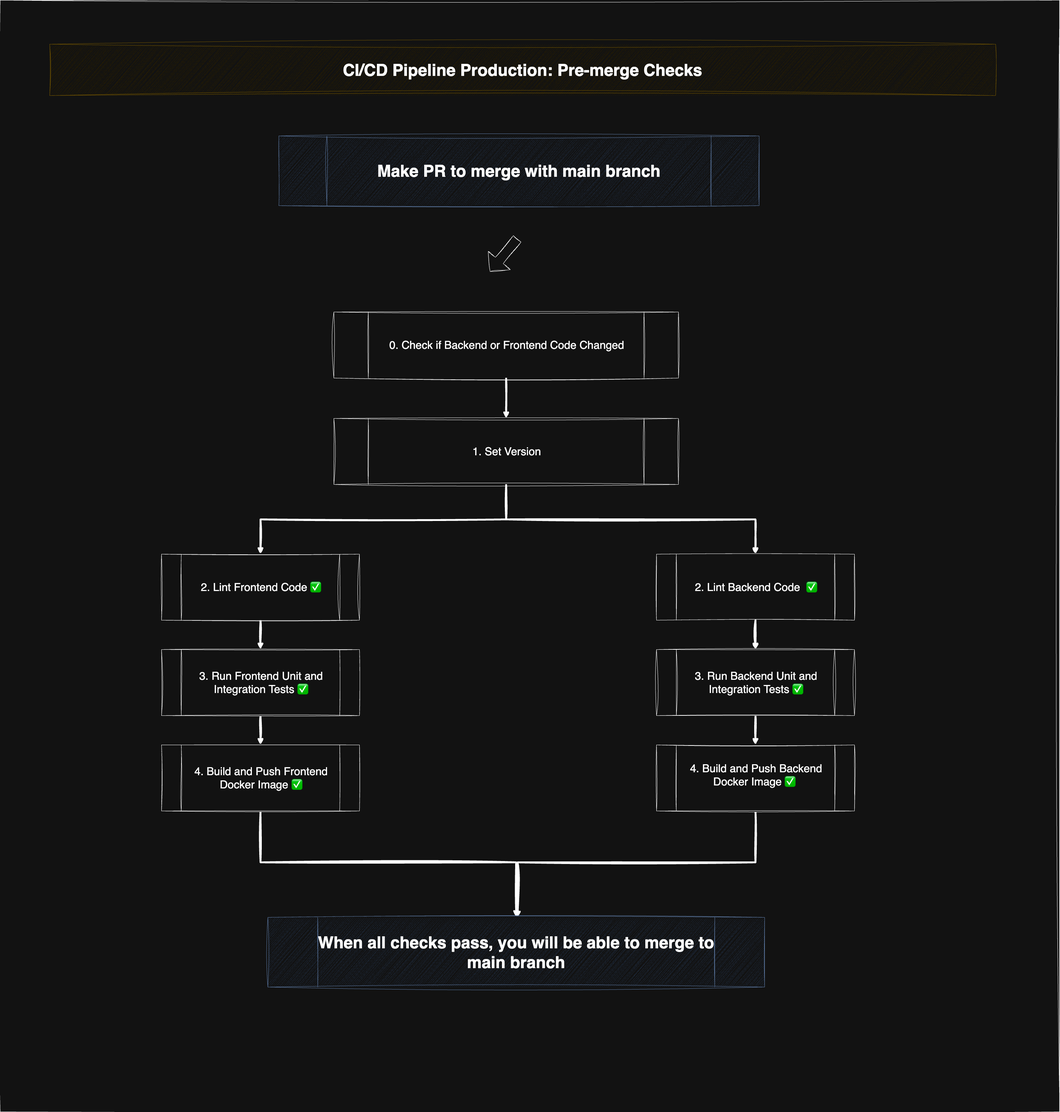
Earlier version of the draw.io export diagrams/images/devops/prod/cicd-premerge-prod-setupv1.png (Eliasdb/eDB). Source tidied: cells renumbered, new cells last; positions are measured from the earlier drawing's top-left corner, leaving out a move shared by most shapes.
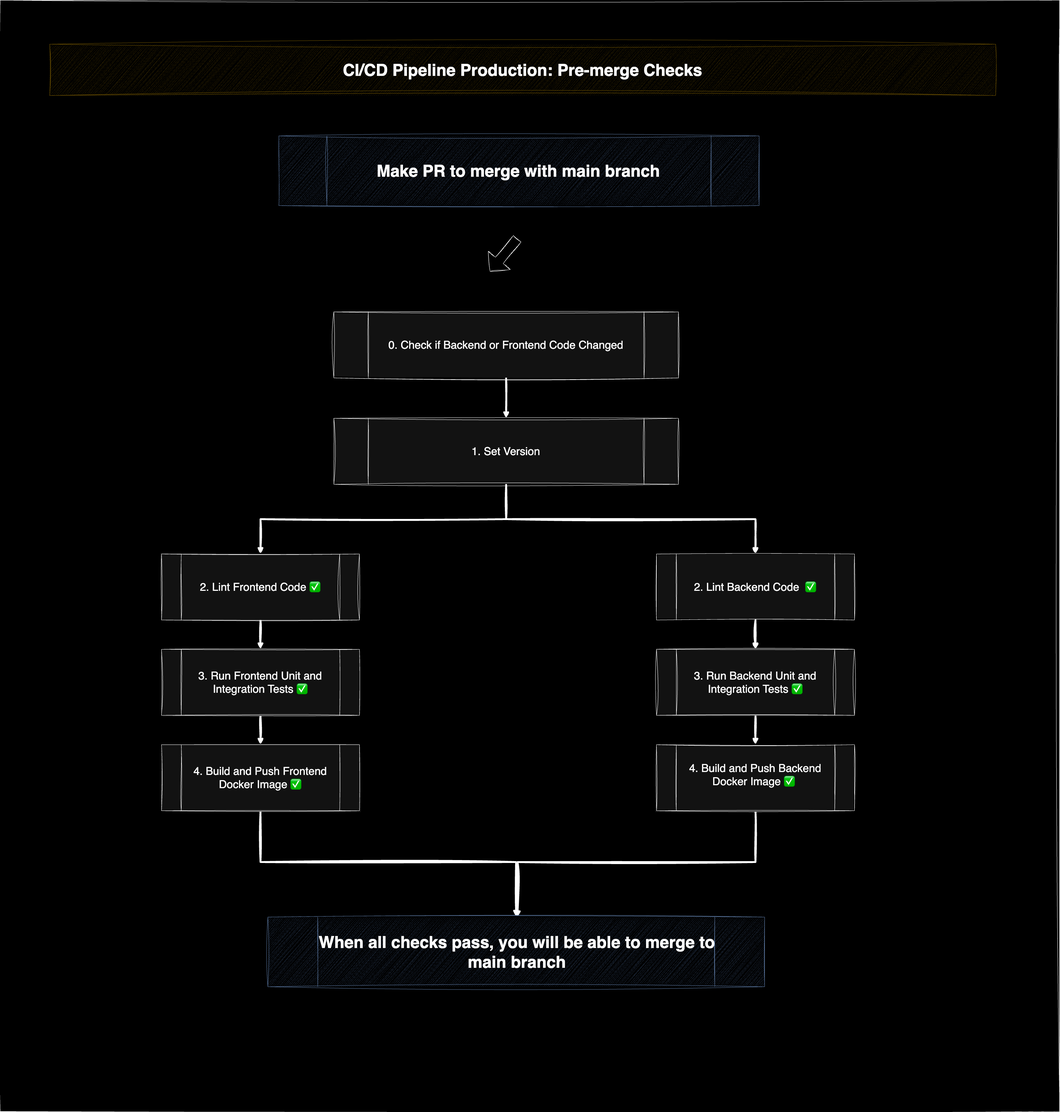
The same diagram one commit later.

What changed in the source:
```diff
@@ -2,7 +2,7 @@
   <root>
     <mxCell id="0" />
     <mxCell id="1" parent="0" />
-    <mxCell id="2" style="rounded=0;whiteSpace=wrap;html=1;sketch=1;curveFitting=1;jiggle=2;" parent="1" vertex="1">
+    <mxCell id="2" style="rounded=0;whiteSpace=wrap;html=1;sketch=1;curveFitting=1;jiggle=2;fillColor=light-dark(#FFFFFF,#000000);" parent="1" vertex="1">
       <mxGeometry width="2890" height="3030" as="geometry" />
     </mxCell>
     <mxCell id="3" value="&lt;font style=&quot;font-size: 45px;&quot;&gt;&lt;b style=&quot;&quot;&gt;Make PR to merge with main branch&lt;/b&gt;&lt;/font&gt;" style="shape=process;whiteSpace=wrap;html=1;backgroundOutline=1;sketch=1;curveFitting=1;jiggle=2;fillColor=#dae8fc;strokeColor=#6c8ebf;" parent="1" vertex="1">
```
